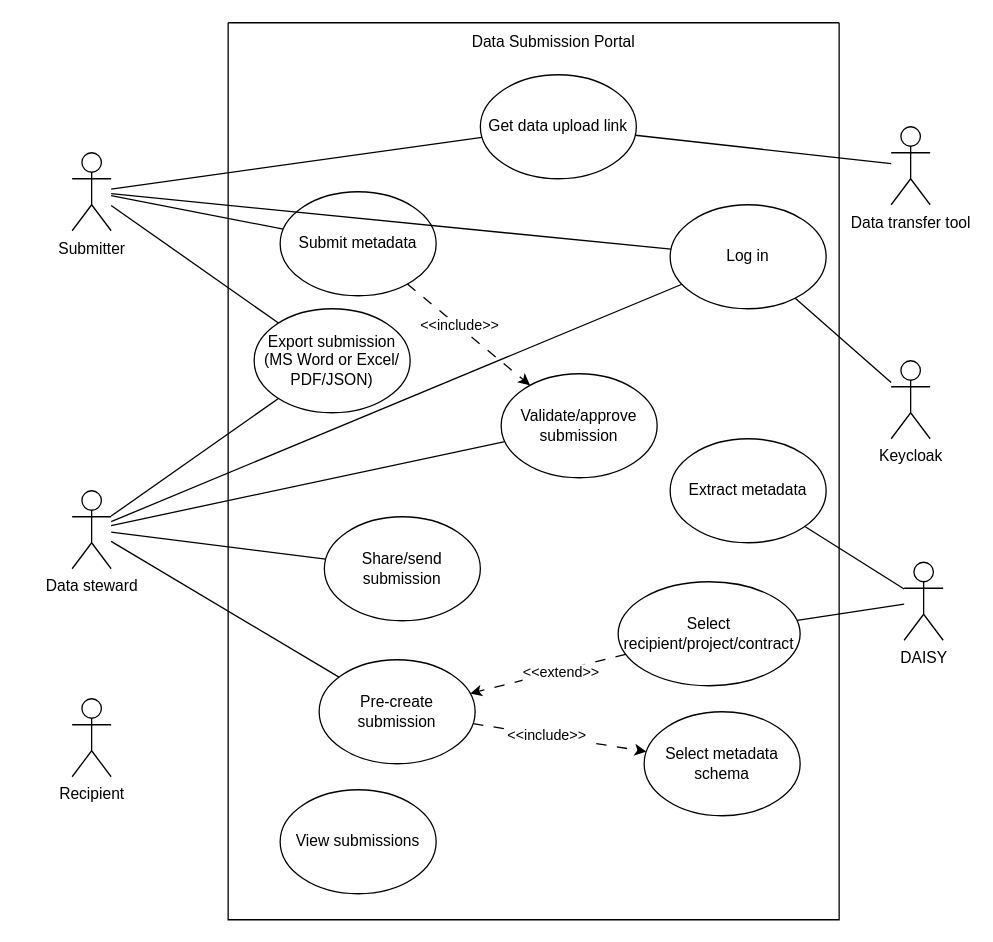
elixir-luxembourg/dss keeps this draw.io diagram as docs/use-cases/use-cases.drawio. Above is the earlier version. Source tidied: cells renumbered, new cells numbered last; positions are measured from the earlier drawing's top-left corner, leaving out a move shared by most shapes. Both pictures are drawn from the tidied source at 130%, with x=0, y=0 at pixel (72, 22).
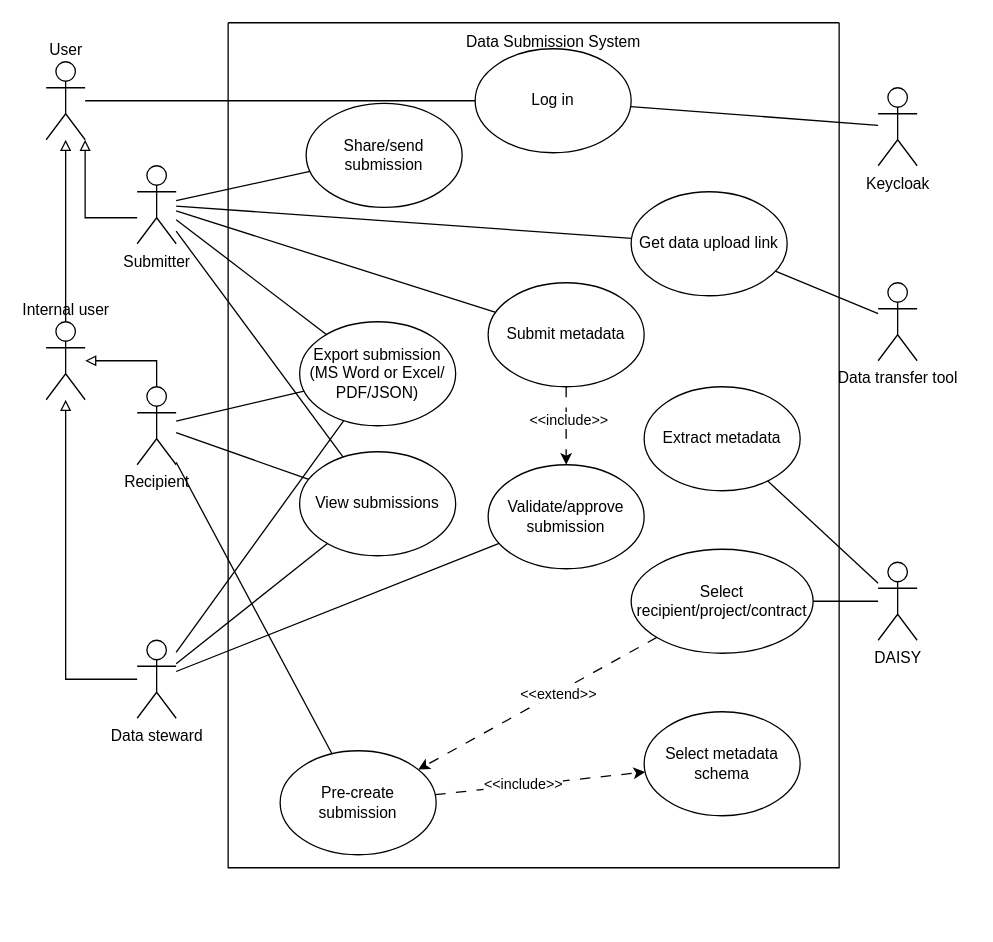
After the change.

Change to the diagram source:
```diff
@@
     <mxCell id="2" style="swimlane;startSize=0;" parent="1" vertex="1">
-      <mxGeometry x="120" width="470" height="690" as="geometry" />
+      <mxGeometry x="120" width="470" height="650" as="geometry" />
     </mxCell>
     <mxCell id="3" value="Submit metadata" style="ellipse;whiteSpace=wrap;html=1;" parent="2" vertex="1">
-      <mxGeometry x="40" y="130" width="120" height="80" as="geometry" />
+      <mxGeometry x="200" y="200" width="120" height="80" as="geometry" />
     </mxCell>
@@
     <mxCell id="6" value="Pre-create submission" style="ellipse;whiteSpace=wrap;html=1;" parent="2" vertex="1">
-      <mxGeometry x="70" y="490" width="120" height="80" as="geometry" />
+      <mxGeometry x="40" y="560" width="120" height="80" as="geometry" />
     </mxCell>
     <mxCell id="7" value="Share/send submission" style="ellipse;whiteSpace=wrap;html=1;" parent="2" vertex="1">
-      <mxGeometry x="74" y="380" width="120" height="80" as="geometry" />
+      <mxGeometry x="60" y="62" width="120" height="80" as="geometry" />
     </mxCell>
     <mxCell id="8" value="Validate/approve submission" style="ellipse;whiteSpace=wrap;html=1;" parent="2" vertex="1">
-      <mxGeometry x="210" y="270" width="120" height="80" as="geometry" />
+      <mxGeometry x="200" y="340" width="120" height="80" as="geometry" />
     </mxCell>
     <mxCell id="9" value="Get data upload link" style="ellipse;whiteSpace=wrap;html=1;" parent="2" vertex="1">
-      <mxGeometry x="194" y="40" width="120" height="80" as="geometry" />
+      <mxGeometry x="310" y="130" width="120" height="80" as="geometry" />
     </mxCell>
@@
     <mxCell id="11" value="Select recipient/project/contract" style="ellipse;whiteSpace=wrap;html=1;" parent="2" vertex="1">
-      <mxGeometry x="300" y="430" width="140" height="80" as="geometry" />
+      <mxGeometry x="310" y="405" width="140" height="80" as="geometry" />
     </mxCell>
@@
-    <mxCell id="14" style="rounded=0;jettySize=auto;html=1;dashed=1;dashPattern=8 8;" parent="2" edge="1" source="3" target="8">
+    <mxCell id="14" style="rounded=0;jettySize=auto;html=1;dashed=1;dashPattern=8 8;entryX=0.5;entryY=0;entryDx=0;entryDy=0;" parent="2" edge="1" source="3" target="8">
       <mxGeometry relative="1" as="geometry" />
     </mxCell>
@@
     <mxCell id="16" value="Log in" style="ellipse;whiteSpace=wrap;html=1;" parent="2" vertex="1">
-      <mxGeometry x="340" y="140" width="120" height="80" as="geometry" />
+      <mxGeometry x="190" y="20" width="120" height="80" as="geometry" />
     </mxCell>
     <mxCell id="17" value="Extract metadata" style="ellipse;whiteSpace=wrap;html=1;" parent="2" vertex="1">
-      <mxGeometry x="340" y="320" width="120" height="80" as="geometry" />
+      <mxGeometry x="320" y="280" width="120" height="80" as="geometry" />
     </mxCell>
     <mxCell id="18" value="Export submission (MS Word or Excel/ PDF/JSON)" style="ellipse;whiteSpace=wrap;html=1;" parent="2" vertex="1">
-      <mxGeometry x="20" y="220" width="120" height="80" as="geometry" />
+      <mxGeometry x="55" y="230" width="120" height="80" as="geometry" />
     </mxCell>
-    <mxCell id="19" value="Data Submission Portal" style="text;html=1;align=center;verticalAlign=middle;strokeColor=none;fillColor=none;" parent="2" vertex="1">
+    <mxCell id="19" value="Data Submission System" style="text;html=1;align=center;verticalAlign=middle;strokeColor=none;fillColor=none;" parent="2" vertex="1">
       <mxGeometry x="175" width="150" height="30" as="geometry" />
     </mxCell>
     <mxCell id="20" value="View submissions" style="ellipse;whiteSpace=wrap;html=1;" parent="2" vertex="1">
-      <mxGeometry x="40" y="590" width="120" height="80" as="geometry" />
+      <mxGeometry x="55" y="330" width="120" height="80" as="geometry" />
     </mxCell>
+    <mxCell id="40" style="edgeStyle=orthogonalEdgeStyle;rounded=0;jettySize=auto;html=1;endArrow=block;endFill=0;" parent="1" edge="1" source="21" target="43">
+      <mxGeometry relative="1" as="geometry">
+        <Array as="points">
+          <mxPoint x="10" y="150" />
+        </Array>
+      </mxGeometry>
+    </mxCell>
     <mxCell id="21" value="Submitter" style="shape=umlActor;verticalLabelPosition=bottom;verticalAlign=top;html=1;outlineConnect=0;" parent="1" vertex="1">
-      <mxGeometry y="100" width="30" height="60" as="geometry" />
+      <mxGeometry x="50" y="110" width="30" height="60" as="geometry" />
     </mxCell>
@@
-    <mxCell id="23" style="rounded=0;jettySize=auto;html=1;endArrow=none;endFill=0;" parent="1" edge="1" source="24" target="16">
-      <mxGeometry relative="1" as="geometry" />
-    </mxCell>
+    <mxCell id="41" style="edgeStyle=orthogonalEdgeStyle;rounded=0;jettySize=auto;html=1;endArrow=block;endFill=0;" parent="1" edge="1" source="24" target="48">
+      <mxGeometry relative="1" as="geometry" />
+    </mxCell>
     <mxCell id="24" value="Data steward" style="shape=umlActor;verticalLabelPosition=bottom;verticalAlign=top;html=1;outlineConnect=0;" parent="1" vertex="1">
-      <mxGeometry y="360" width="30" height="60" as="geometry" />
+      <mxGeometry x="50" y="475" width="30" height="60" as="geometry" />
     </mxCell>
@@
     <mxCell id="26" value="Data transfer tool" style="shape=umlActor;verticalLabelPosition=bottom;verticalAlign=top;html=1;outlineConnect=0;" parent="1" vertex="1">
-      <mxGeometry x="630" y="80" width="30" height="60" as="geometry" />
+      <mxGeometry x="620" y="200" width="30" height="60" as="geometry" />
     </mxCell>
@@
     <mxCell id="29" value="DAISY" style="shape=umlActor;verticalLabelPosition=bottom;verticalAlign=top;html=1;outlineConnect=0;" parent="1" vertex="1">
-      <mxGeometry x="640" y="415" width="30" height="60" as="geometry" />
+      <mxGeometry x="620" y="415" width="30" height="60" as="geometry" />
     </mxCell>
-    <mxCell id="30" style="rounded=0;jettySize=auto;html=1;endArrow=none;endFill=0;" parent="1" edge="1" source="24" target="7">
+    <mxCell id="30" style="rounded=0;jettySize=auto;html=1;endArrow=none;endFill=0;" parent="1" edge="1" source="21" target="7">
       <mxGeometry relative="1" as="geometry" />
     </mxCell>
-    <mxCell id="31" style="rounded=0;jettySize=auto;html=1;endArrow=none;endFill=0;" parent="1" edge="1" source="24" target="6">
+    <mxCell id="31" style="rounded=0;jettySize=auto;html=1;endArrow=none;endFill=0;" parent="1" edge="1" source="39" target="6">
       <mxGeometry relative="1" as="geometry" />
     </mxCell>
@@
     <mxCell id="35" value="Keycloak" style="shape=umlActor;verticalLabelPosition=bottom;verticalAlign=top;html=1;outlineConnect=0;" parent="1" vertex="1">
-      <mxGeometry x="630" y="260" width="30" height="60" as="geometry" />
+      <mxGeometry x="620" y="50" width="30" height="60" as="geometry" />
     </mxCell>
-    <mxCell id="36" style="rounded=0;jettySize=auto;html=1;startArrow=none;startFill=0;endArrow=none;endFill=0;" parent="1" edge="1" source="16" target="21">
+    <mxCell id="36" style="rounded=0;jettySize=auto;html=1;startArrow=none;startFill=0;endArrow=none;endFill=0;" parent="1" edge="1" source="16" target="43">
       <mxGeometry relative="1" as="geometry" />
     </mxCell>
@@
+    <mxCell id="42" style="edgeStyle=orthogonalEdgeStyle;rounded=0;jettySize=auto;html=1;endArrow=block;endFill=0;" parent="1" edge="1" source="39" target="48">
+      <mxGeometry relative="1" as="geometry">
+        <Array as="points">
+          <mxPoint x="65" y="260" />
+        </Array>
+      </mxGeometry>
+    </mxCell>
     <mxCell id="39" value="Recipient" style="shape=umlActor;verticalLabelPosition=bottom;verticalAlign=top;html=1;outlineConnect=0;" parent="1" vertex="1">
-      <mxGeometry y="520" width="30" height="60" as="geometry" />
+      <mxGeometry x="50" y="280" width="30" height="60" as="geometry" />
     </mxCell>
+    <mxCell id="43" value="User" style="shape=umlActor;verticalLabelPosition=top;verticalAlign=bottom;html=1;outlineConnect=0;labelPosition=center;align=center;" parent="1" vertex="1">
+      <mxGeometry x="-20" y="30" width="30" height="60" as="geometry" />
+    </mxCell>
+    <mxCell id="44" style="rounded=0;jettySize=auto;html=1;endArrow=none;endFill=0;" parent="1" edge="1" source="21" target="20">
+      <mxGeometry relative="1" as="geometry" />
+    </mxCell>
+    <mxCell id="45" style="rounded=0;jettySize=auto;html=1;endArrow=none;endFill=0;" parent="1" edge="1" source="39" target="20">
+      <mxGeometry relative="1" as="geometry" />
+    </mxCell>
+    <mxCell id="46" style="rounded=0;jettySize=auto;html=1;endArrow=none;endFill=0;" parent="1" edge="1" source="24" target="20">
+      <mxGeometry relative="1" as="geometry" />
+    </mxCell>
+    <mxCell id="47" style="edgeStyle=orthogonalEdgeStyle;rounded=0;jettySize=auto;html=1;endArrow=block;endFill=0;" parent="1" edge="1" source="48" target="43">
+      <mxGeometry relative="1" as="geometry" />
+    </mxCell>
+    <mxCell id="48" value="Internal user" style="shape=umlActor;verticalLabelPosition=top;verticalAlign=bottom;html=1;outlineConnect=0;labelPosition=center;align=center;" parent="1" vertex="1">
+      <mxGeometry x="-20" y="230" width="30" height="60" as="geometry" />
+    </mxCell>
+    <mxCell id="49" style="rounded=0;jettySize=auto;html=1;endArrow=none;endFill=0;" parent="1" edge="1" source="39" target="18">
+      <mxGeometry relative="1" as="geometry" />
+    </mxCell>
```
